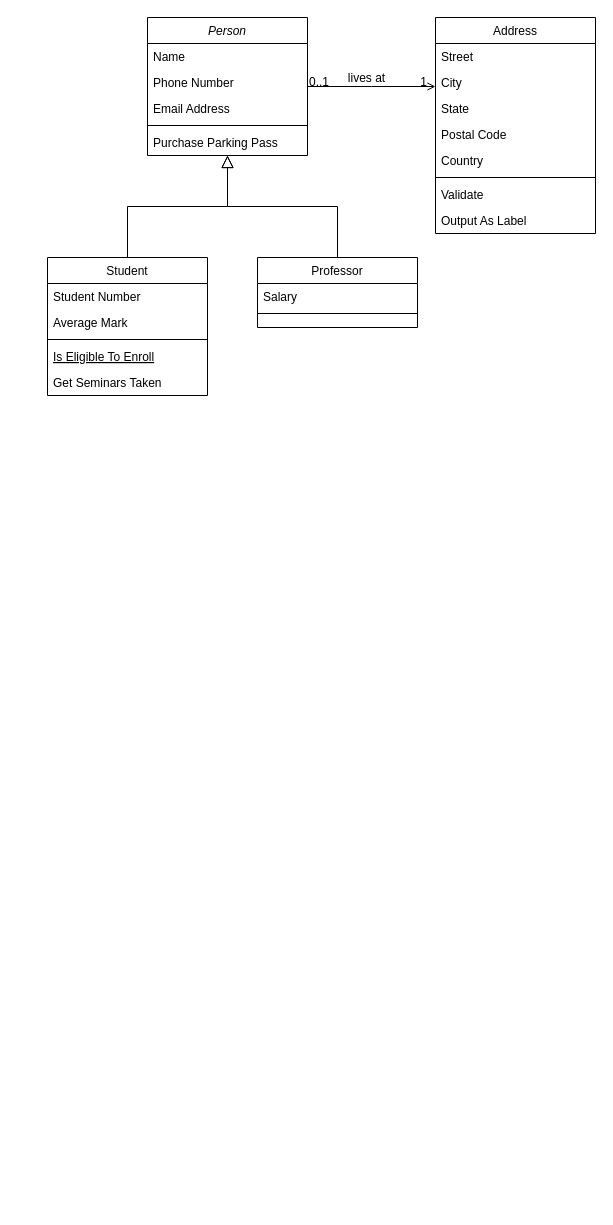
This is elementPlus-tree组件逻辑梳理.drawio from Dinosly/fe-interview, a draw.io file, before an edit. Source tidied: cells renumbered, new cells numbered last; positions are measured from the earlier drawing's top-left corner, leaving out a move shared by most shapes. Both pictures are drawn from the tidied source at 100%, with x=0, y=0 at pixel (47, 17).
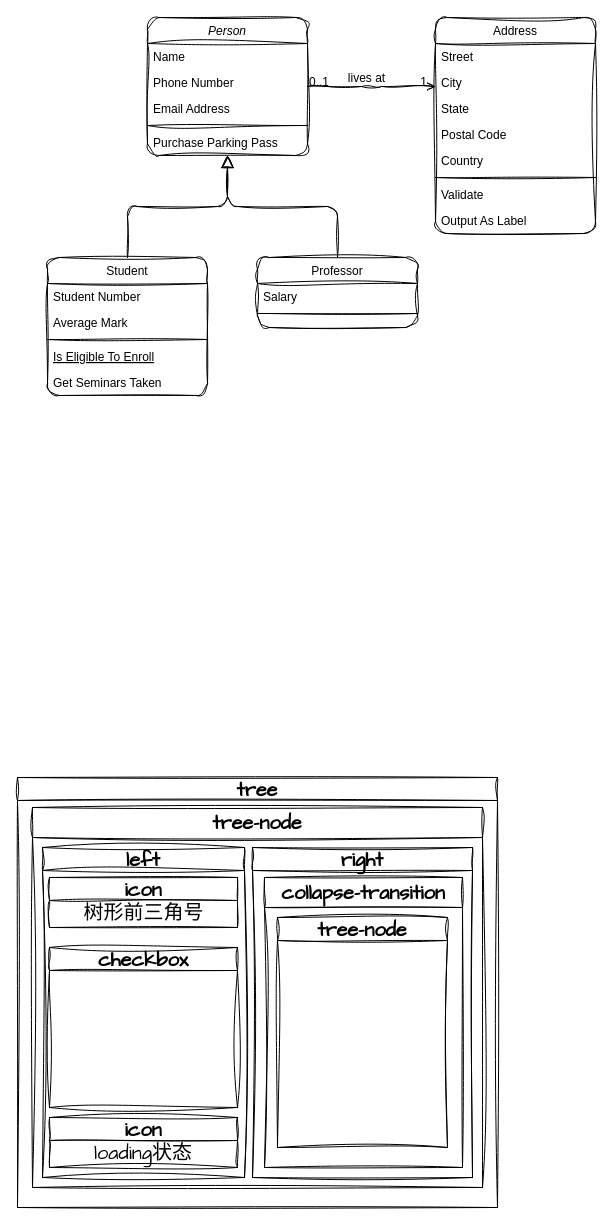
Above is the later version.

Commit message:
更新elementPlus-tree组件逻辑梳理.drawio

The edit, as a diff of the source:
```diff
@@
-    <mxCell id="2" value="Person" style="swimlane;fontStyle=2;align=center;verticalAlign=top;horizontal=1;startSize=26;rounded=0;shadow=0;strokeWidth=1;" parent="1" vertex="1">
+    <mxCell id="2" value="Person" style="swimlane;fontStyle=2;align=center;verticalAlign=top;horizontal=1;startSize=26;rounded=1;shadow=0;strokeWidth=1;sketch=1;curveFitting=1;jiggle=2;" parent="1" vertex="1">
       <mxGeometry x="100" width="160" height="138" as="geometry" />
     </mxCell>
-    <mxCell id="3" value="Name" style="text;align=left;verticalAlign=top;spacingLeft=4;spacingRight=4;overflow=hidden;" parent="2" vertex="1">
+    <mxCell id="3" value="Name" style="text;align=left;verticalAlign=top;spacingLeft=4;spacingRight=4;overflow=hidden;rounded=1;sketch=1;curveFitting=1;jiggle=2;" parent="2" vertex="1">
       <mxGeometry y="26" width="160" height="26" as="geometry" />
     </mxCell>
-    <mxCell id="4" value="Phone Number" style="text;align=left;verticalAlign=top;spacingLeft=4;spacingRight=4;overflow=hidden;rounded=0;shadow=0;html=0;" parent="2" vertex="1">
+    <mxCell id="4" value="Phone Number" style="text;align=left;verticalAlign=top;spacingLeft=4;spacingRight=4;overflow=hidden;rounded=1;shadow=0;html=0;sketch=1;curveFitting=1;jiggle=2;" parent="2" vertex="1">
       <mxGeometry y="52" width="160" height="26" as="geometry" />
     </mxCell>
-    <mxCell id="5" value="Email Address" style="text;align=left;verticalAlign=top;spacingLeft=4;spacingRight=4;overflow=hidden;rounded=0;shadow=0;html=0;" parent="2" vertex="1">
+    <mxCell id="5" value="Email Address" style="text;align=left;verticalAlign=top;spacingLeft=4;spacingRight=4;overflow=hidden;rounded=1;shadow=0;html=0;sketch=1;curveFitting=1;jiggle=2;" parent="2" vertex="1">
       <mxGeometry y="78" width="160" height="26" as="geometry" />
     </mxCell>
-    <mxCell id="6" style="line;html=1;strokeWidth=1;align=left;verticalAlign=middle;spacingTop=-1;spacingLeft=3;spacingRight=3;labelPosition=right;" parent="2" vertex="1">
+    <mxCell id="6" style="line;html=1;strokeWidth=1;align=left;verticalAlign=middle;spacingTop=-1;spacingLeft=3;spacingRight=3;labelPosition=right;rounded=1;sketch=1;curveFitting=1;jiggle=2;" parent="2" vertex="1">
       <mxGeometry y="104" width="160" height="8" as="geometry" />
     </mxCell>
-    <mxCell id="7" value="Purchase Parking Pass" style="text;align=left;verticalAlign=top;spacingLeft=4;spacingRight=4;overflow=hidden;" parent="2" vertex="1">
+    <mxCell id="7" value="Purchase Parking Pass" style="text;align=left;verticalAlign=top;spacingLeft=4;spacingRight=4;overflow=hidden;rounded=1;sketch=1;curveFitting=1;jiggle=2;" parent="2" vertex="1">
       <mxGeometry y="112" width="160" height="26" as="geometry" />
     </mxCell>
-    <mxCell id="8" value="Student" style="swimlane;fontStyle=0;align=center;verticalAlign=top;horizontal=1;startSize=26;rounded=0;shadow=0;strokeWidth=1;" parent="1" vertex="1">
+    <mxCell id="8" value="Student" style="swimlane;fontStyle=0;align=center;verticalAlign=top;horizontal=1;startSize=26;rounded=1;shadow=0;strokeWidth=1;sketch=1;curveFitting=1;jiggle=2;" parent="1" vertex="1">
       <mxGeometry y="240" width="160" height="138" as="geometry" />
     </mxCell>
-    <mxCell id="9" value="Student Number" style="text;align=left;verticalAlign=top;spacingLeft=4;spacingRight=4;overflow=hidden;" parent="8" vertex="1">
+    <mxCell id="9" value="Student Number" style="text;align=left;verticalAlign=top;spacingLeft=4;spacingRight=4;overflow=hidden;rounded=1;sketch=1;curveFitting=1;jiggle=2;" parent="8" vertex="1">
       <mxGeometry y="26" width="160" height="26" as="geometry" />
     </mxCell>
-    <mxCell id="10" value="Average Mark" style="text;align=left;verticalAlign=top;spacingLeft=4;spacingRight=4;overflow=hidden;rounded=0;shadow=0;html=0;" parent="8" vertex="1">
+    <mxCell id="10" value="Average Mark" style="text;align=left;verticalAlign=top;spacingLeft=4;spacingRight=4;overflow=hidden;rounded=1;shadow=0;html=0;sketch=1;curveFitting=1;jiggle=2;" parent="8" vertex="1">
       <mxGeometry y="52" width="160" height="26" as="geometry" />
     </mxCell>
-    <mxCell id="11" style="line;html=1;strokeWidth=1;align=left;verticalAlign=middle;spacingTop=-1;spacingLeft=3;spacingRight=3;labelPosition=right;" parent="8" vertex="1">
+    <mxCell id="11" style="line;html=1;strokeWidth=1;align=left;verticalAlign=middle;spacingTop=-1;spacingLeft=3;spacingRight=3;labelPosition=right;rounded=1;sketch=1;curveFitting=1;jiggle=2;" parent="8" vertex="1">
       <mxGeometry y="78" width="160" height="8" as="geometry" />
     </mxCell>
-    <mxCell id="12" value="Is Eligible To Enroll" style="text;align=left;verticalAlign=top;spacingLeft=4;spacingRight=4;overflow=hidden;fontStyle=4;" parent="8" vertex="1">
+    <mxCell id="12" value="Is Eligible To Enroll" style="text;align=left;verticalAlign=top;spacingLeft=4;spacingRight=4;overflow=hidden;fontStyle=4;rounded=1;sketch=1;curveFitting=1;jiggle=2;" parent="8" vertex="1">
       <mxGeometry y="86" width="160" height="26" as="geometry" />
     </mxCell>
-    <mxCell id="13" value="Get Seminars Taken" style="text;align=left;verticalAlign=top;spacingLeft=4;spacingRight=4;overflow=hidden;" parent="8" vertex="1">
+    <mxCell id="13" value="Get Seminars Taken" style="text;align=left;verticalAlign=top;spacingLeft=4;spacingRight=4;overflow=hidden;rounded=1;sketch=1;curveFitting=1;jiggle=2;" parent="8" vertex="1">
       <mxGeometry y="112" width="160" height="26" as="geometry" />
     </mxCell>
-    <mxCell id="14" style="endArrow=block;endSize=10;endFill=0;shadow=0;strokeWidth=1;rounded=0;edgeStyle=elbowEdgeStyle;elbow=vertical;" parent="1" edge="1" source="8" target="2">
+    <mxCell id="14" style="endArrow=block;endSize=10;endFill=0;shadow=0;strokeWidth=1;rounded=1;edgeStyle=elbowEdgeStyle;elbow=vertical;sketch=1;curveFitting=1;jiggle=2;" parent="1" edge="1" source="8" target="2">
       <mxGeometry relative="1" as="geometry" />
     </mxCell>
-    <mxCell id="15" value="Professor" style="swimlane;fontStyle=0;align=center;verticalAlign=top;horizontal=1;startSize=26;rounded=0;shadow=0;strokeWidth=1;" parent="1" vertex="1">
+    <mxCell id="15" value="Professor" style="swimlane;fontStyle=0;align=center;verticalAlign=top;horizontal=1;startSize=26;rounded=1;shadow=0;strokeWidth=1;sketch=1;curveFitting=1;jiggle=2;" parent="1" vertex="1">
       <mxGeometry x="210" y="240" width="160" height="70" as="geometry" />
     </mxCell>
-    <mxCell id="16" value="Salary" style="text;align=left;verticalAlign=top;spacingLeft=4;spacingRight=4;overflow=hidden;" parent="15" vertex="1">
+    <mxCell id="16" value="Salary" style="text;align=left;verticalAlign=top;spacingLeft=4;spacingRight=4;overflow=hidden;rounded=1;sketch=1;curveFitting=1;jiggle=2;" parent="15" vertex="1">
       <mxGeometry y="26" width="160" height="26" as="geometry" />
     </mxCell>
-    <mxCell id="17" style="line;html=1;strokeWidth=1;align=left;verticalAlign=middle;spacingTop=-1;spacingLeft=3;spacingRight=3;labelPosition=right;" parent="15" vertex="1">
+    <mxCell id="17" style="line;html=1;strokeWidth=1;align=left;verticalAlign=middle;spacingTop=-1;spacingLeft=3;spacingRight=3;labelPosition=right;rounded=1;sketch=1;curveFitting=1;jiggle=2;" parent="15" vertex="1">
       <mxGeometry y="52" width="160" height="8" as="geometry" />
     </mxCell>
-    <mxCell id="18" style="endArrow=block;endSize=10;endFill=0;shadow=0;strokeWidth=1;rounded=0;edgeStyle=elbowEdgeStyle;elbow=vertical;" parent="1" edge="1" source="15" target="2">
+    <mxCell id="18" style="endArrow=block;endSize=10;endFill=0;shadow=0;strokeWidth=1;rounded=1;edgeStyle=elbowEdgeStyle;elbow=vertical;sketch=1;curveFitting=1;jiggle=2;" parent="1" edge="1" source="15" target="2">
       <mxGeometry relative="1" as="geometry" />
     </mxCell>
-    <mxCell id="19" value="Address" style="swimlane;fontStyle=0;align=center;verticalAlign=top;horizontal=1;startSize=26;rounded=0;shadow=0;strokeWidth=1;" parent="1" vertex="1">
+    <mxCell id="19" value="Address" style="swimlane;fontStyle=0;align=center;verticalAlign=top;horizontal=1;startSize=26;rounded=1;shadow=0;strokeWidth=1;sketch=1;curveFitting=1;jiggle=2;" parent="1" vertex="1">
       <mxGeometry x="388" width="160" height="216" as="geometry" />
     </mxCell>
-    <mxCell id="20" value="Street" style="text;align=left;verticalAlign=top;spacingLeft=4;spacingRight=4;overflow=hidden;" parent="19" vertex="1">
+    <mxCell id="20" value="Street" style="text;align=left;verticalAlign=top;spacingLeft=4;spacingRight=4;overflow=hidden;rounded=1;sketch=1;curveFitting=1;jiggle=2;" parent="19" vertex="1">
       <mxGeometry y="26" width="160" height="26" as="geometry" />
     </mxCell>
-    <mxCell id="21" value="City" style="text;align=left;verticalAlign=top;spacingLeft=4;spacingRight=4;overflow=hidden;rounded=0;shadow=0;html=0;" parent="19" vertex="1">
+    <mxCell id="21" value="City" style="text;align=left;verticalAlign=top;spacingLeft=4;spacingRight=4;overflow=hidden;rounded=1;shadow=0;html=0;sketch=1;curveFitting=1;jiggle=2;" parent="19" vertex="1">
       <mxGeometry y="52" width="160" height="26" as="geometry" />
     </mxCell>
-    <mxCell id="22" value="State" style="text;align=left;verticalAlign=top;spacingLeft=4;spacingRight=4;overflow=hidden;rounded=0;shadow=0;html=0;" parent="19" vertex="1">
+    <mxCell id="22" value="State" style="text;align=left;verticalAlign=top;spacingLeft=4;spacingRight=4;overflow=hidden;rounded=1;shadow=0;html=0;sketch=1;curveFitting=1;jiggle=2;" parent="19" vertex="1">
       <mxGeometry y="78" width="160" height="26" as="geometry" />
     </mxCell>
-    <mxCell id="23" value="Postal Code" style="text;align=left;verticalAlign=top;spacingLeft=4;spacingRight=4;overflow=hidden;rounded=0;shadow=0;html=0;" parent="19" vertex="1">
+    <mxCell id="23" value="Postal Code" style="text;align=left;verticalAlign=top;spacingLeft=4;spacingRight=4;overflow=hidden;rounded=1;shadow=0;html=0;sketch=1;curveFitting=1;jiggle=2;" parent="19" vertex="1">
       <mxGeometry y="104" width="160" height="26" as="geometry" />
     </mxCell>
-    <mxCell id="24" value="Country" style="text;align=left;verticalAlign=top;spacingLeft=4;spacingRight=4;overflow=hidden;rounded=0;shadow=0;html=0;" parent="19" vertex="1">
+    <mxCell id="24" value="Country" style="text;align=left;verticalAlign=top;spacingLeft=4;spacingRight=4;overflow=hidden;rounded=1;shadow=0;html=0;sketch=1;curveFitting=1;jiggle=2;" parent="19" vertex="1">
       <mxGeometry y="130" width="160" height="26" as="geometry" />
     </mxCell>
-    <mxCell id="25" style="line;html=1;strokeWidth=1;align=left;verticalAlign=middle;spacingTop=-1;spacingLeft=3;spacingRight=3;labelPosition=right;" parent="19" vertex="1">
+    <mxCell id="25" style="line;html=1;strokeWidth=1;align=left;verticalAlign=middle;spacingTop=-1;spacingLeft=3;spacingRight=3;labelPosition=right;rounded=1;sketch=1;curveFitting=1;jiggle=2;" parent="19" vertex="1">
       <mxGeometry y="156" width="160" height="8" as="geometry" />
     </mxCell>
-    <mxCell id="26" value="Validate" style="text;align=left;verticalAlign=top;spacingLeft=4;spacingRight=4;overflow=hidden;" parent="19" vertex="1">
+    <mxCell id="26" value="Validate" style="text;align=left;verticalAlign=top;spacingLeft=4;spacingRight=4;overflow=hidden;rounded=1;sketch=1;curveFitting=1;jiggle=2;" parent="19" vertex="1">
       <mxGeometry y="164" width="160" height="26" as="geometry" />
     </mxCell>
-    <mxCell id="27" value="Output As Label" style="text;align=left;verticalAlign=top;spacingLeft=4;spacingRight=4;overflow=hidden;" parent="19" vertex="1">
+    <mxCell id="27" value="Output As Label" style="text;align=left;verticalAlign=top;spacingLeft=4;spacingRight=4;overflow=hidden;rounded=1;sketch=1;curveFitting=1;jiggle=2;" parent="19" vertex="1">
       <mxGeometry y="190" width="160" height="26" as="geometry" />
     </mxCell>
-    <mxCell id="28" style="endArrow=open;shadow=0;strokeWidth=1;rounded=0;endFill=1;edgeStyle=elbowEdgeStyle;elbow=vertical;" parent="1" edge="1" source="2" target="19">
+    <mxCell id="28" style="endArrow=open;shadow=0;strokeWidth=1;rounded=1;endFill=1;edgeStyle=elbowEdgeStyle;elbow=vertical;sketch=1;curveFitting=1;jiggle=2;" parent="1" edge="1" source="2" target="19">
       <mxGeometry x="0.5" y="41" relative="1" as="geometry">
         <mxPoint x="-40" y="32" as="offset" />
       </mxGeometry>
     </mxCell>
-    <mxCell id="29" value="0..1" style="align=left;verticalAlign=bottom;labelBackgroundColor=none;fontSize=12;" parent="28" vertex="1">
+    <mxCell id="29" value="0..1" style="align=left;verticalAlign=bottom;labelBackgroundColor=none;fontSize=12;rounded=1;sketch=1;curveFitting=1;jiggle=2;" parent="28" vertex="1">
       <mxGeometry x="-1" relative="1" as="geometry">
         <mxPoint y="4" as="offset" />
       </mxGeometry>
     </mxCell>
-    <mxCell id="30" value="1" style="align=right;verticalAlign=bottom;labelBackgroundColor=none;fontSize=12;" parent="28" vertex="1">
+    <mxCell id="30" value="1" style="align=right;verticalAlign=bottom;labelBackgroundColor=none;fontSize=12;rounded=1;sketch=1;curveFitting=1;jiggle=2;" parent="28" vertex="1">
       <mxGeometry x="1" relative="1" as="geometry">
         <mxPoint x="-7" y="4" as="offset" />
       </mxGeometry>
     </mxCell>
-    <mxCell id="31" value="lives at" style="text;html=1;align=center;verticalAlign=middle;labelBackgroundColor=none;rounded=0;shadow=0;strokeWidth=1;fontSize=12;" parent="28" vertex="1">
+    <mxCell id="31" value="lives at" style="text;html=1;align=center;verticalAlign=middle;labelBackgroundColor=none;rounded=1;shadow=0;strokeWidth=1;fontSize=12;sketch=1;curveFitting=1;jiggle=2;" parent="28" vertex="1">
       <mxGeometry x="0.5" y="49" relative="1" as="geometry">
         <mxPoint x="-38" y="40" as="offset" />
       </mxGeometry>
     </mxCell>
+    <mxCell id="32" value="tree" style="swimlane;whiteSpace=wrap;html=1;sketch=1;hachureGap=4;jiggle=2;curveFitting=1;fontFamily=Architects Daughter;fontSize=20;" parent="1" vertex="1">
+      <mxGeometry x="-30" y="760" width="480" height="430" as="geometry" />
+    </mxCell>
+    <mxCell id="33" value="tree-node" style="swimlane;whiteSpace=wrap;html=1;sketch=1;hachureGap=4;jiggle=2;curveFitting=1;fontFamily=Architects Daughter;fontSize=20;startSize=30;" parent="32" vertex="1">
+      <mxGeometry x="15" y="30" width="450" height="380" as="geometry" />
+    </mxCell>
+    <mxCell id="34" value="left" style="swimlane;whiteSpace=wrap;html=1;sketch=1;hachureGap=4;jiggle=2;curveFitting=1;fontFamily=Architects Daughter;fontSize=20;" parent="33" vertex="1">
+      <mxGeometry x="10" y="40" width="202" height="330" as="geometry" />
+    </mxCell>
+    <mxCell id="35" value="icon" style="swimlane;whiteSpace=wrap;html=1;sketch=1;hachureGap=4;jiggle=2;curveFitting=1;fontFamily=Architects Daughter;fontSize=20;" parent="34" vertex="1">
+      <mxGeometry x="7" y="30" width="188" height="50" as="geometry" />
+    </mxCell>
+    <mxCell id="36" value="树形前三角号" style="text;html=1;strokeColor=none;fillColor=none;align=center;verticalAlign=middle;whiteSpace=wrap;rounded=0;fontSize=20;fontFamily=Architects Daughter;" parent="35" vertex="1">
+      <mxGeometry x="29.5" y="20" width="129" height="30" as="geometry" />
+    </mxCell>
+    <mxCell id="37" value="checkbox" style="swimlane;whiteSpace=wrap;html=1;sketch=1;hachureGap=4;jiggle=2;curveFitting=1;fontFamily=Architects Daughter;fontSize=20;" parent="34" vertex="1">
+      <mxGeometry x="7" y="100" width="188" height="160" as="geometry" />
+    </mxCell>
+    <mxCell id="38" value="icon" style="swimlane;whiteSpace=wrap;html=1;sketch=1;hachureGap=4;jiggle=2;curveFitting=1;fontFamily=Architects Daughter;fontSize=20;" parent="34" vertex="1">
+      <mxGeometry x="7" y="270" width="188" height="50" as="geometry" />
+    </mxCell>
+    <mxCell id="39" value="loading状态" style="text;html=1;strokeColor=none;fillColor=none;align=center;verticalAlign=middle;whiteSpace=wrap;rounded=0;fontSize=20;fontFamily=Architects Daughter;" parent="38" vertex="1">
+      <mxGeometry x="41" y="20" width="106" height="30" as="geometry" />
+    </mxCell>
+    <mxCell id="40" value="right" style="swimlane;whiteSpace=wrap;html=1;sketch=1;hachureGap=4;jiggle=2;curveFitting=1;fontFamily=Architects Daughter;fontSize=20;" parent="33" vertex="1">
+      <mxGeometry x="220" y="40" width="220" height="330" as="geometry" />
+    </mxCell>
+    <mxCell id="41" value="collapse-transition" style="swimlane;whiteSpace=wrap;html=1;sketch=1;hachureGap=4;jiggle=2;curveFitting=1;fontFamily=Architects Daughter;fontSize=20;startSize=30;" parent="40" vertex="1">
+      <mxGeometry x="12" y="30" width="198" height="290" as="geometry" />
+    </mxCell>
+    <mxCell id="42" value="tree-node" style="swimlane;whiteSpace=wrap;html=1;sketch=1;hachureGap=4;jiggle=2;curveFitting=1;fontFamily=Architects Daughter;fontSize=20;" parent="41" vertex="1">
+      <mxGeometry x="13" y="40" width="170" height="230" as="geometry" />
+    </mxCell>
```
